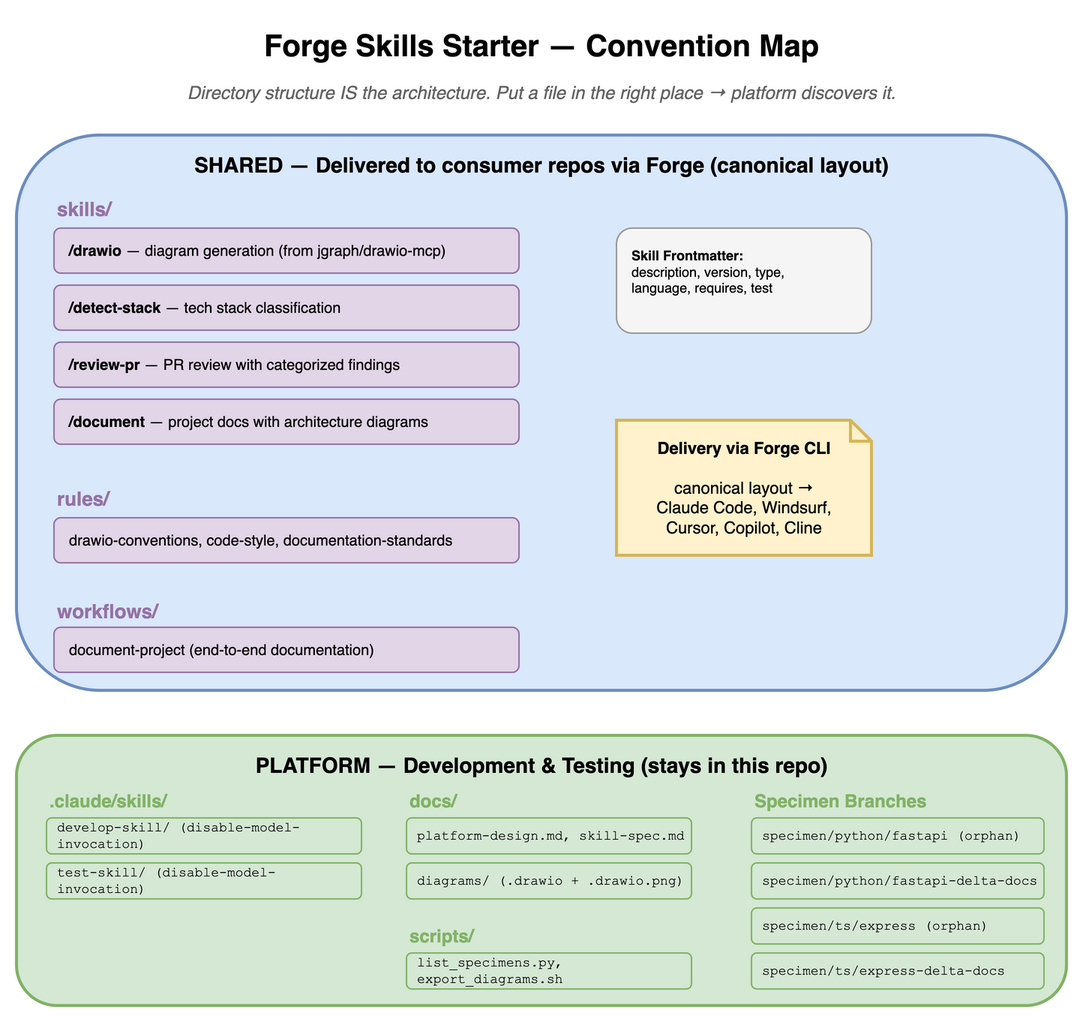
Earlier version of the draw.io export docs/diagrams/convention-map.drawio.png (crucibledx/forge-skills-starter). Source tidied: cells renumbered, new cells last; positions are measured from the earlier drawing's top-left corner, leaving out a move shared by most shapes.
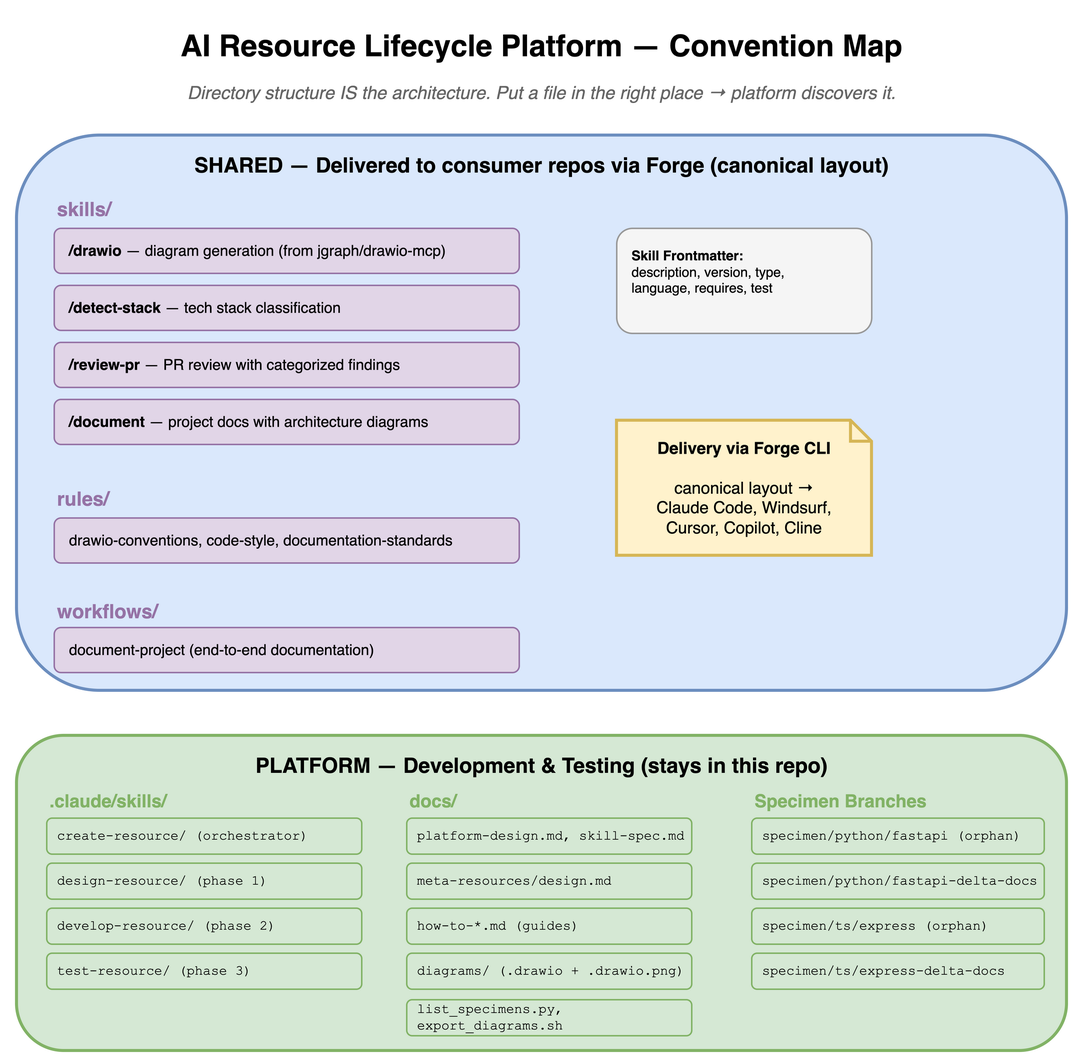
After the change.

Change to the diagram source:
```diff
@@ -2,7 +2,7 @@
   <root>
     <mxCell id="0" />
     <mxCell id="1" parent="0" />
-    <mxCell id="2" value="Forge Skills Starter &amp;mdash; Convention Map" style="text;html=1;fontSize=20;fontStyle=1;align=center;verticalAlign=middle;whiteSpace=wrap;" parent="1" vertex="1">
+    <mxCell id="2" value="AI Resource Lifecycle Platform &amp;mdash; Convention Map" style="text;html=1;fontSize=20;fontStyle=1;align=center;verticalAlign=middle;whiteSpace=wrap;" parent="1" vertex="1">
       <mxGeometry width="700" height="40" as="geometry" />
     </mxCell>
     <mxCell id="3" value="Directory structure IS the architecture. Put a file in the right place &amp;rarr; platform discovers it." style="text;html=1;fontSize=12;fontStyle=2;align=center;fontColor=#666666;whiteSpace=wrap;" parent="1" vertex="1">
@@ -45,31 +45,43 @@
       <mxGeometry x="400" y="270" width="170" height="90" as="geometry" />
     </mxCell>
     <mxCell id="16" value="PLATFORM &amp;mdash; Development &amp;amp; Testing (stays in this repo)" style="rounded=1;whiteSpace=wrap;html=1;fillColor=#d5e8d4;strokeColor=#82b366;fontSize=14;fontStyle=1;strokeWidth=2;verticalAlign=top;spacingTop=5;" parent="1" vertex="1">
-      <mxGeometry y="480" width="700" height="180" as="geometry" />
+      <mxGeometry y="480" width="700" height="210" as="geometry" />
     </mxCell>
     <mxCell id="17" value=".claude/skills/" style="text;html=1;fontSize=12;fontStyle=1;fontColor=#82b366;" parent="1" vertex="1">
       <mxGeometry x="20" y="510" width="110" height="20" as="geometry" />
     </mxCell>
-    <mxCell id="18" value="develop-skill/ (disable-model-invocation)" style="rounded=1;whiteSpace=wrap;html=1;fillColor=#d5e8d4;strokeColor=#82b366;fontSize=9;strokeWidth=1;fontFamily=Courier New;align=left;spacingLeft=5;" parent="1" vertex="1">
+    <mxCell id="18" value="create-resource/ (orchestrator)" style="rounded=1;whiteSpace=wrap;html=1;fillColor=#d5e8d4;strokeColor=#82b366;fontSize=9;strokeWidth=1;fontFamily=Courier New;align=left;spacingLeft=5;" parent="1" vertex="1">
       <mxGeometry x="20" y="535" width="210" height="24" as="geometry" />
     </mxCell>
-    <mxCell id="19" value="test-skill/ (disable-model-invocation)" style="rounded=1;whiteSpace=wrap;html=1;fillColor=#d5e8d4;strokeColor=#82b366;fontSize=9;strokeWidth=1;fontFamily=Courier New;align=left;spacingLeft=5;" parent="1" vertex="1">
+    <mxCell id="19" value="design-resource/ (phase 1)" style="rounded=1;whiteSpace=wrap;html=1;fillColor=#d5e8d4;strokeColor=#82b366;fontSize=9;strokeWidth=1;fontFamily=Courier New;align=left;spacingLeft=5;" parent="1" vertex="1">
       <mxGeometry x="20" y="565" width="210" height="24" as="geometry" />
     </mxCell>
+    <mxCell id="30" value="develop-resource/ (phase 2)" style="rounded=1;whiteSpace=wrap;html=1;fillColor=#d5e8d4;strokeColor=#82b366;fontSize=9;strokeWidth=1;fontFamily=Courier New;align=left;spacingLeft=5;" parent="1" vertex="1">
+      <mxGeometry x="20" y="595" width="210" height="24" as="geometry" />
+    </mxCell>
+    <mxCell id="31" value="test-resource/ (phase 3)" style="rounded=1;whiteSpace=wrap;html=1;fillColor=#d5e8d4;strokeColor=#82b366;fontSize=9;strokeWidth=1;fontFamily=Courier New;align=left;spacingLeft=5;" parent="1" vertex="1">
+      <mxGeometry x="20" y="625" width="210" height="24" as="geometry" />
+    </mxCell>
     <mxCell id="20" value="docs/" style="text;html=1;fontSize=12;fontStyle=1;fontColor=#82b366;" parent="1" vertex="1">
       <mxGeometry x="260" y="510" width="50" height="20" as="geometry" />
     </mxCell>
     <mxCell id="21" value="platform-design.md, skill-spec.md" style="rounded=1;whiteSpace=wrap;html=1;fillColor=#d5e8d4;strokeColor=#82b366;fontSize=9;strokeWidth=1;fontFamily=Courier New;align=left;spacingLeft=5;" parent="1" vertex="1">
       <mxGeometry x="260" y="535" width="190" height="24" as="geometry" />
     </mxCell>
+    <mxCell id="32" value="meta-resources/design.md" style="rounded=1;whiteSpace=wrap;html=1;fillColor=#d5e8d4;strokeColor=#82b366;fontSize=9;strokeWidth=1;fontFamily=Courier New;align=left;spacingLeft=5;" parent="1" vertex="1">
+      <mxGeometry x="260" y="565" width="190" height="24" as="geometry" />
+    </mxCell>
-    <mxCell id="22" value="diagrams/ (.drawio + .drawio.png)" style="rounded=1;whiteSpace=wrap;html=1;fillColor=#d5e8d4;strokeColor=#82b366;fontSize=9;strokeWidth=1;fontFamily=Courier New;align=left;spacingLeft=5;" parent="1" vertex="1">
-      <mxGeometry x="260" y="565" width="190" height="24" as="geometry" />
+    <mxCell id="22" value="how-to-*.md (guides)" style="rounded=1;whiteSpace=wrap;html=1;fillColor=#d5e8d4;strokeColor=#82b366;fontSize=9;strokeWidth=1;fontFamily=Courier New;align=left;spacingLeft=5;" parent="1" vertex="1">
+      <mxGeometry x="260" y="595" width="190" height="24" as="geometry" />
     </mxCell>
+    <mxCell id="33" value="diagrams/ (.drawio + .drawio.png)" style="rounded=1;whiteSpace=wrap;html=1;fillColor=#d5e8d4;strokeColor=#82b366;fontSize=9;strokeWidth=1;fontFamily=Courier New;align=left;spacingLeft=5;" parent="1" vertex="1">
+      <mxGeometry x="260" y="625" width="190" height="24" as="geometry" />
+    </mxCell>
     <mxCell id="23" value="scripts/" style="text;html=1;fontSize=12;fontStyle=1;fontColor=#82b366;" parent="1" vertex="1">
-      <mxGeometry x="260" y="600" width="60" height="20" as="geometry" />
+      <mxGeometry x="260" y="650" width="60" height="20" as="geometry" />
     </mxCell>
     <mxCell id="24" value="list_specimens.py, export_diagrams.sh" style="rounded=1;whiteSpace=wrap;html=1;fillColor=#d5e8d4;strokeColor=#82b366;fontSize=9;strokeWidth=1;fontFamily=Courier New;align=left;spacingLeft=5;" parent="1" vertex="1">
-      <mxGeometry x="260" y="625" width="190" height="24" as="geometry" />
+      <mxGeometry x="260" y="656" width="190" height="24" as="geometry" />
     </mxCell>
     <mxCell id="25" value="Specimen Branches" style="text;html=1;fontSize=12;fontStyle=1;fontColor=#82b366;" parent="1" vertex="1">
       <mxGeometry x="490" y="510" width="140" height="20" as="geometry" />
```
